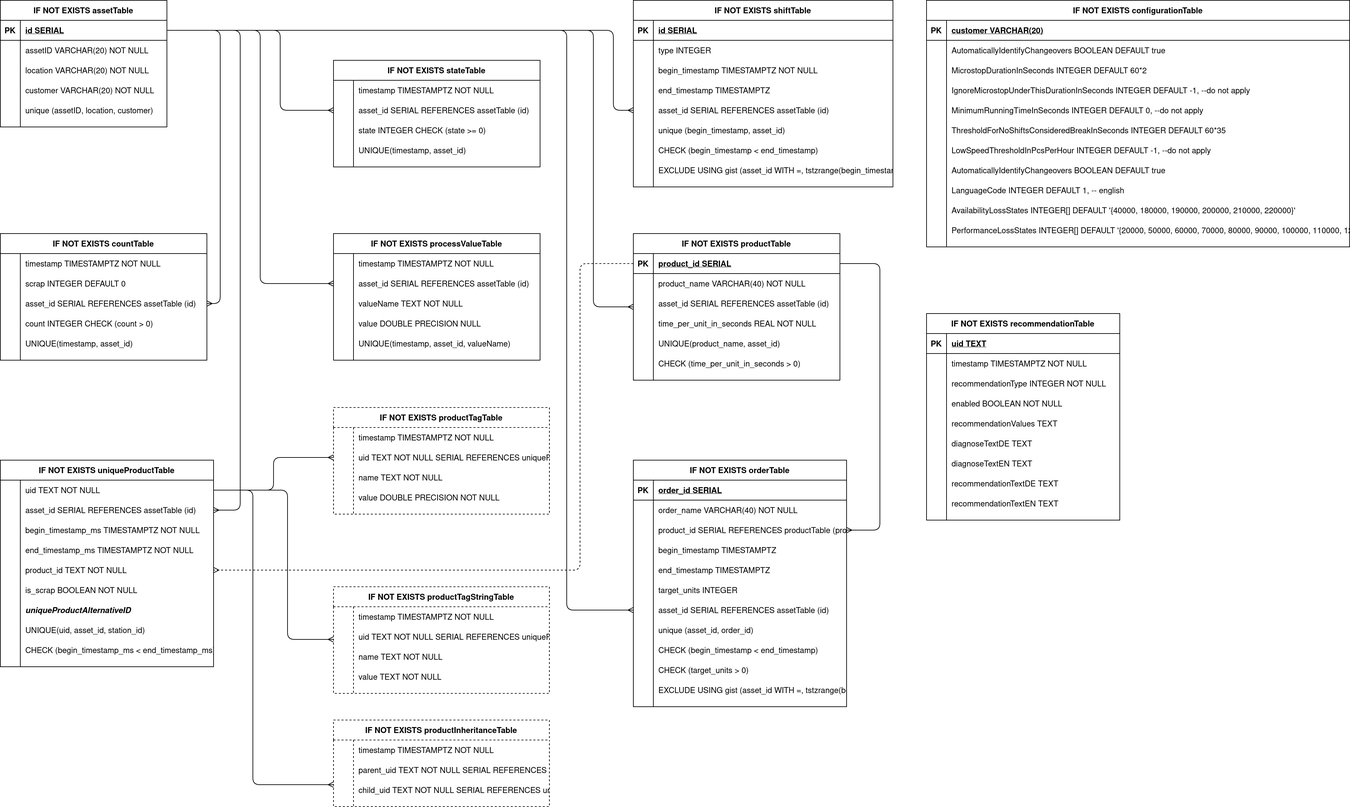
Before: docs/content/en/docs/Concepts/DigitalShadow/timescaleDB_image.png, a diagram exported from draw.io (united-manufacturing-hub/united-manufacturing-hub). Source tidied: cells renumbered, new cells last; positions are measured from the earlier drawing's top-left corner, leaving out a move shared by most shapes.
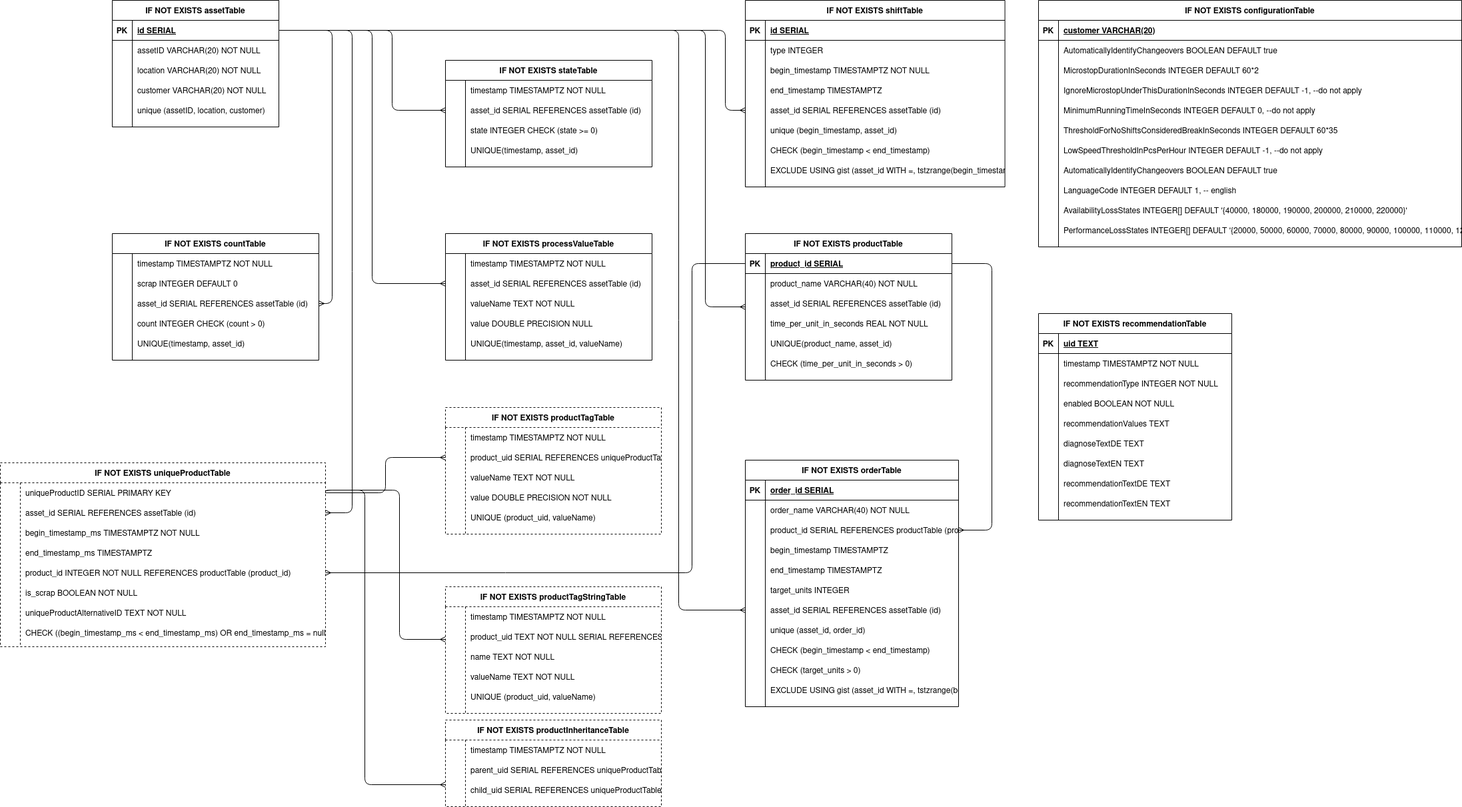
Above is the later version.

Change to the diagram source:
```diff
@@ -185,90 +185,81 @@
     <mxCell id="62" value="UNIQUE(timestamp, asset_id, valueName)" style="shape=partialRectangle;overflow=hidden;fillColor=none;top=0;left=0;bottom=0;right=0;align=left;spacingLeft=6;" parent="60" vertex="1">
       <mxGeometry x="30" width="280" height="30" as="geometry" />
     </mxCell>
-    <mxCell id="63" value="IF NOT EXISTS uniqueProductTable" style="shape=table;startSize=30;rowLines=0;fontStyle=1;align=center;" parent="1" vertex="1">
-      <mxGeometry y="690" width="320" height="310" as="geometry" />
+    <mxCell id="63" value="IF NOT EXISTS uniqueProductTable" style="shape=table;startSize=30;rowLines=0;fontStyle=1;align=center;dashed=1;" parent="1" vertex="1">
+      <mxGeometry x="-168" y="694" width="488" height="276" as="geometry" />
     </mxCell>
     <mxCell id="64" style="shape=partialRectangle;fillColor=none;points=[[0,0.5],[1,0.5]];portConstraint=eastwest;top=0;left=0;right=0;bottom=0;" parent="63" vertex="1">
-      <mxGeometry y="30" width="320" height="30" as="geometry" />
+      <mxGeometry y="30" width="488" height="30" as="geometry" />
     </mxCell>
     <mxCell id="65" style="shape=partialRectangle;overflow=hidden;fillColor=none;top=0;left=0;bottom=0;right=0;" parent="64" vertex="1">
       <mxGeometry width="30" height="30" as="geometry" />
     </mxCell>
-    <mxCell id="66" value="uid TEXT NOT NULL" style="shape=partialRectangle;overflow=hidden;fillColor=none;top=0;left=0;bottom=0;right=0;align=left;spacingLeft=6;" parent="64" vertex="1">
-      <mxGeometry x="30" width="290" height="30" as="geometry" />
+    <mxCell id="66" value="uniqueProductID SERIAL PRIMARY KEY" style="shape=partialRectangle;overflow=hidden;fillColor=none;top=0;left=0;bottom=0;right=0;align=left;spacingLeft=6;" parent="64" vertex="1">
+      <mxGeometry x="30" width="458" height="30" as="geometry" />
     </mxCell>
     <mxCell id="67" style="shape=partialRectangle;fillColor=none;points=[[0,0.5],[1,0.5]];portConstraint=eastwest;top=0;left=0;right=0;bottom=0;" parent="63" vertex="1">
-      <mxGeometry y="60" width="320" height="30" as="geometry" />
+      <mxGeometry y="60" width="488" height="30" as="geometry" />
     </mxCell>
     <mxCell id="68" style="shape=partialRectangle;overflow=hidden;fillColor=none;top=0;left=0;bottom=0;right=0;" parent="67" vertex="1">
       <mxGeometry width="30" height="30" as="geometry" />
     </mxCell>
     <mxCell id="69" value="asset_id            SERIAL REFERENCES assetTable (id)" style="shape=partialRectangle;overflow=hidden;fillColor=none;top=0;left=0;bottom=0;right=0;align=left;spacingLeft=6;" parent="67" vertex="1">
-      <mxGeometry x="30" width="290" height="30" as="geometry" />
+      <mxGeometry x="30" width="458" height="30" as="geometry" />
     </mxCell>
     <mxCell id="70" style="shape=partialRectangle;fillColor=none;top=0;left=0;right=0;bottom=0;" parent="63" vertex="1">
-      <mxGeometry y="90" width="320" height="30" as="geometry" />
+      <mxGeometry y="90" width="488" height="30" as="geometry" />
     </mxCell>
     <mxCell id="71" style="shape=partialRectangle;overflow=hidden;fillColor=none;top=0;left=0;bottom=0;right=0;" parent="70" vertex="1">
       <mxGeometry width="30" height="30" as="geometry" />
     </mxCell>
     <mxCell id="72" value="begin_timestamp_ms                TIMESTAMPTZ NOT NULL" style="shape=partialRectangle;overflow=hidden;fillColor=none;top=0;left=0;bottom=0;right=0;align=left;spacingLeft=6;" parent="70" vertex="1">
-      <mxGeometry x="30" width="290" height="30" as="geometry" />
+      <mxGeometry x="30" width="458" height="30" as="geometry" />
     </mxCell>
     <mxCell id="73" style="shape=partialRectangle;fillColor=none;top=0;left=0;right=0;bottom=0;" parent="63" vertex="1">
-      <mxGeometry y="120" width="320" height="30" as="geometry" />
+      <mxGeometry y="120" width="488" height="30" as="geometry" />
     </mxCell>
     <mxCell id="74" style="shape=partialRectangle;overflow=hidden;fillColor=none;top=0;left=0;bottom=0;right=0;" parent="73" vertex="1">
       <mxGeometry width="30" height="30" as="geometry" />
     </mxCell>
-    <mxCell id="75" value="end_timestamp_ms                TIMESTAMPTZ                         NOT NULL" style="shape=partialRectangle;overflow=hidden;fillColor=none;top=0;left=0;bottom=0;right=0;align=left;spacingLeft=6;" parent="73" vertex="1">
-      <mxGeometry x="30" width="290" height="30" as="geometry" />
+    <mxCell id="75" value="end_timestamp_ms                TIMESTAMPTZ" style="shape=partialRectangle;overflow=hidden;fillColor=none;top=0;left=0;bottom=0;right=0;align=left;spacingLeft=6;" parent="73" vertex="1">
+      <mxGeometry x="30" width="458" height="30" as="geometry" />
     </mxCell>
     <mxCell id="76" style="shape=partialRectangle;fillColor=none;points=[[0,0.5],[1,0.5]];portConstraint=eastwest;top=0;left=0;right=0;bottom=0;" parent="63" vertex="1">
-      <mxGeometry y="150" width="320" height="30" as="geometry" />
+      <mxGeometry y="150" width="488" height="30" as="geometry" />
     </mxCell>
     <mxCell id="77" style="shape=partialRectangle;overflow=hidden;fillColor=none;top=0;left=0;bottom=0;right=0;" parent="76" vertex="1">
       <mxGeometry width="30" height="30" as="geometry" />
     </mxCell>
-    <mxCell id="78" value="product_id TEXT NOT NULL" style="shape=partialRectangle;overflow=hidden;fillColor=none;top=0;left=0;bottom=0;right=0;align=left;spacingLeft=6;" parent="76" vertex="1">
-      <mxGeometry x="30" width="290" height="30" as="geometry" />
+    <mxCell id="78" value="product_id INTEGER NOT NULL REFERENCES productTable (product_id)" style="shape=partialRectangle;overflow=hidden;fillColor=none;top=0;left=0;bottom=0;right=0;align=left;spacingLeft=6;" parent="76" vertex="1">
+      <mxGeometry x="30" width="458" height="30" as="geometry" />
     </mxCell>
     <mxCell id="79" style="shape=partialRectangle;fillColor=none;top=0;left=0;right=0;bottom=0;" parent="63" vertex="1">
-      <mxGeometry y="180" width="320" height="30" as="geometry" />
+      <mxGeometry y="180" width="488" height="30" as="geometry" />
     </mxCell>
     <mxCell id="80" style="shape=partialRectangle;overflow=hidden;fillColor=none;top=0;left=0;bottom=0;right=0;" parent="79" vertex="1">
       <mxGeometry width="30" height="30" as="geometry" />
     </mxCell>
     <mxCell id="81" value="is_scrap BOOLEAN NOT NULL" style="shape=partialRectangle;overflow=hidden;fillColor=none;top=0;left=0;bottom=0;right=0;align=left;spacingLeft=6;" parent="79" vertex="1">
-      <mxGeometry x="30" width="290" height="30" as="geometry" />
+      <mxGeometry x="30" width="458" height="30" as="geometry" />
     </mxCell>
     <mxCell id="82" style="shape=partialRectangle;fillColor=none;top=0;left=0;right=0;bottom=0;" parent="63" vertex="1">
-      <mxGeometry y="210" width="320" height="30" as="geometry" />
+      <mxGeometry y="210" width="488" height="30" as="geometry" />
     </mxCell>
     <mxCell id="83" style="shape=partialRectangle;overflow=hidden;fillColor=none;top=0;left=0;bottom=0;right=0;" parent="82" vertex="1">
       <mxGeometry width="30" height="30" as="geometry" />
     </mxCell>
-    <mxCell id="84" value="uniqueProductAlternativeID" style="shape=partialRectangle;overflow=hidden;fillColor=none;top=0;left=0;bottom=0;right=0;align=left;spacingLeft=6;fontStyle=3;" parent="82" vertex="1">
-      <mxGeometry x="30" width="290" height="30" as="geometry" />
+    <mxCell id="84" value="uniqueProductAlternativeID TEXT NOT NULL" style="shape=partialRectangle;overflow=hidden;fillColor=none;top=0;left=0;bottom=0;right=0;align=left;spacingLeft=6;fontStyle=0;" parent="82" vertex="1">
+      <mxGeometry x="30" width="458" height="30" as="geometry" />
     </mxCell>
-    <mxCell id="85" style="shape=partialRectangle;fillColor=none;top=0;left=0;right=0;bottom=0;" parent="63" vertex="1">
-      <mxGeometry y="240" width="320" height="30" as="geometry" />
-    </mxCell>
-    <mxCell id="86" style="shape=partialRectangle;overflow=hidden;fillColor=none;top=0;left=0;bottom=0;right=0;" parent="85" vertex="1">
-      <mxGeometry width="30" height="30" as="geometry" />
-    </mxCell>
-    <mxCell id="87" value="UNIQUE(uid, asset_id, station_id)" style="shape=partialRectangle;overflow=hidden;fillColor=none;top=0;left=0;bottom=0;right=0;align=left;spacingLeft=6;" parent="85" vertex="1">
-      <mxGeometry x="30" width="290" height="30" as="geometry" />
-    </mxCell>
-    <mxCell id="88" style="shape=partialRectangle;fillColor=none;top=0;left=0;right=0;bottom=0;" parent="63" vertex="1">
-      <mxGeometry y="270" width="320" height="30" as="geometry" />
-    </mxCell>
-    <mxCell id="89" style="shape=partialRectangle;overflow=hidden;fillColor=none;top=0;left=0;bottom=0;right=0;" parent="88" vertex="1">
-      <mxGeometry width="30" height="30" as="geometry" />
-    </mxCell>
-    <mxCell id="90" value="CHECK (begin_timestamp_ms &lt; end_timestamp_ms)" style="shape=partialRectangle;overflow=hidden;fillColor=none;top=0;left=0;bottom=0;right=0;align=left;spacingLeft=6;" parent="88" vertex="1">
-      <mxGeometry x="30" width="290" height="30" as="geometry" />
-    </mxCell>
+    <mxCell id="279" style="shape=partialRectangle;fillColor=none;top=0;left=0;right=0;bottom=0;" parent="63" vertex="1">
+      <mxGeometry y="240" width="488" height="30" as="geometry" />
+    </mxCell>
+    <mxCell id="280" style="shape=partialRectangle;overflow=hidden;fillColor=none;top=0;left=0;bottom=0;right=0;" parent="279" vertex="1">
+      <mxGeometry width="30" height="30" as="geometry" />
+    </mxCell>
+    <mxCell id="281" value="CHECK ((begin_timestamp_ms &lt; end_timestamp_ms) OR end_timestamp_ms = null)" style="shape=partialRectangle;overflow=hidden;fillColor=none;top=0;left=0;bottom=0;right=0;align=left;spacingLeft=6;fontStyle=0;" parent="279" vertex="1">
+      <mxGeometry x="30" width="458" height="30" as="geometry" />
+    </mxCell>
     <mxCell id="91" value="IF NOT EXISTS recommendationTable" style="shape=table;startSize=30;rowLines=0;fontStyle=1;align=center;" parent="1" vertex="1">
       <mxGeometry x="1390" y="470" width="290" height="310" as="geometry" />
     </mxCell>
@@ -746,7 +737,7 @@
         </Array>
       </mxGeometry>
     </mxCell>
-    <mxCell id="239" style="edgeStyle=elbowEdgeStyle;fontSize=12;html=1;endArrow=ERmany;entryX=1;entryY=0.5;entryDx=0;entryDy=0;exitX=0;exitY=0.5;exitDx=0;exitDy=0;dashed=1;" parent="1" edge="1" source="145" target="76">
+    <mxCell id="239" style="edgeStyle=elbowEdgeStyle;fontSize=12;html=1;endArrow=ERmany;entryX=1;entryY=0.5;entryDx=0;entryDy=0;exitX=0;exitY=0.5;exitDx=0;exitDy=0;" parent="1" edge="1" source="145" target="76">
       <mxGeometry relative="1" as="geometry">
         <Array as="points">
           <mxPoint x="870" y="610" />
@@ -754,7 +745,7 @@
       </mxGeometry>
     </mxCell>
     <mxCell id="240" value="IF NOT EXISTS productTagTable" style="shape=table;startSize=30;rowLines=0;fontStyle=1;align=center;dashed=1;" parent="1" vertex="1">
-      <mxGeometry x="500" y="611" width="324" height="160" as="geometry" />
+      <mxGeometry x="500" y="611" width="324" height="190" as="geometry" />
     </mxCell>
     <mxCell id="241" style="shape=partialRectangle;fillColor=none;top=0;left=0;bottom=0;right=0;" parent="240" vertex="1">
       <mxGeometry y="30" width="324" height="30" as="geometry" />
@@ -771,7 +762,7 @@
     <mxCell id="245" style="shape=partialRectangle;fillColor=none;top=0;left=0;bottom=0;right=0;overflow=hidden;" parent="244" vertex="1">
       <mxGeometry width="30" height="30" as="geometry" />
     </mxCell>
-    <mxCell id="246" value="uid TEXT NOT NULL SERIAL REFERENCES uniqueProductTable(uid)" style="shape=partialRectangle;fillColor=none;top=0;left=0;bottom=0;right=0;align=left;spacingLeft=6;overflow=hidden;" parent="244" vertex="1">
+    <mxCell id="246" value="product_uid SERIAL REFERENCES uniqueProductTable(uniqueProductID)" style="shape=partialRectangle;fillColor=none;top=0;left=0;bottom=0;right=0;align=left;spacingLeft=6;overflow=hidden;" parent="244" vertex="1">
       <mxGeometry x="30" width="294" height="30" as="geometry" />
     </mxCell>
     <mxCell id="247" style="shape=partialRectangle;fillColor=none;top=0;left=0;bottom=0;right=0;" parent="240" vertex="1">
@@ -780,7 +771,7 @@
     <mxCell id="248" style="shape=partialRectangle;fillColor=none;top=0;left=0;bottom=0;right=0;overflow=hidden;" parent="247" vertex="1">
       <mxGeometry width="30" height="30" as="geometry" />
     </mxCell>
-    <mxCell id="249" value="name TEXT NOT NULL" style="shape=partialRectangle;fillColor=none;top=0;left=0;bottom=0;right=0;align=left;spacingLeft=6;overflow=hidden;" parent="247" vertex="1">
+    <mxCell id="249" value="valueName TEXT NOT NULL" style="shape=partialRectangle;fillColor=none;top=0;left=0;bottom=0;right=0;align=left;spacingLeft=6;overflow=hidden;" parent="247" vertex="1">
       <mxGeometry x="30" width="294" height="30" as="geometry" />
     </mxCell>
     <mxCell id="250" style="shape=partialRectangle;fillColor=none;top=0;left=0;bottom=0;right=0;" parent="240" vertex="1">
@@ -792,8 +783,17 @@
     <mxCell id="252" value="value DOUBLE PRECISION NOT NULL" style="shape=partialRectangle;fillColor=none;top=0;left=0;bottom=0;right=0;align=left;spacingLeft=6;overflow=hidden;dashed=1;" parent="250" vertex="1">
       <mxGeometry x="30" width="294" height="30" as="geometry" />
     </mxCell>
+    <mxCell id="282" style="shape=partialRectangle;fillColor=none;top=0;left=0;bottom=0;right=0;" parent="240" vertex="1">
+      <mxGeometry y="150" width="324" height="30" as="geometry" />
+    </mxCell>
+    <mxCell id="283" style="shape=partialRectangle;fillColor=none;top=0;left=0;bottom=0;right=0;overflow=hidden;" parent="282" vertex="1">
+      <mxGeometry width="30" height="30" as="geometry" />
+    </mxCell>
+    <mxCell id="284" value="UNIQUE (product_uid, valueName)" style="shape=partialRectangle;fillColor=none;top=0;left=0;bottom=0;right=0;align=left;spacingLeft=6;overflow=hidden;dashed=1;" parent="282" vertex="1">
+      <mxGeometry x="30" width="294" height="30" as="geometry" />
+    </mxCell>
     <mxCell id="253" value="IF NOT EXISTS productTagStringTable" style="shape=table;startSize=30;rowLines=0;fontStyle=1;align=center;dashed=1;" parent="1" vertex="1">
-      <mxGeometry x="500" y="880" width="324" height="160" as="geometry" />
+      <mxGeometry x="500" y="880" width="324" height="190" as="geometry" />
     </mxCell>
     <mxCell id="254" style="shape=partialRectangle;fillColor=none;top=0;left=0;bottom=0;right=0;" parent="253" vertex="1">
       <mxGeometry y="30" width="324" height="30" as="geometry" />
@@ -810,7 +810,7 @@
     <mxCell id="258" style="shape=partialRectangle;fillColor=none;top=0;left=0;bottom=0;right=0;overflow=hidden;" parent="257" vertex="1">
       <mxGeometry width="30" height="30" as="geometry" />
     </mxCell>
-    <mxCell id="259" value="uid TEXT NOT NULL SERIAL REFERENCES uniqueProductTable(uid)" style="shape=partialRectangle;fillColor=none;top=0;left=0;bottom=0;right=0;align=left;spacingLeft=6;overflow=hidden;" parent="257" vertex="1">
+    <mxCell id="259" value="product_uid TEXT NOT NULL SERIAL REFERENCES uniqueProductTable(uid)" style="shape=partialRectangle;fillColor=none;top=0;left=0;bottom=0;right=0;align=left;spacingLeft=6;overflow=hidden;" parent="257" vertex="1">
       <mxGeometry x="30" width="294" height="30" as="geometry" />
     </mxCell>
     <mxCell id="260" style="shape=partialRectangle;fillColor=none;top=0;left=0;bottom=0;right=0;" parent="253" vertex="1">
@@ -828,9 +828,18 @@
     <mxCell id="264" style="shape=partialRectangle;fillColor=none;top=0;left=0;bottom=0;right=0;overflow=hidden;" parent="263" vertex="1">
       <mxGeometry width="30" height="30" as="geometry" />
     </mxCell>
-    <mxCell id="265" value="value TEXT NOT NULL" style="shape=partialRectangle;fillColor=none;top=0;left=0;bottom=0;right=0;align=left;spacingLeft=6;overflow=hidden;dashed=1;" parent="263" vertex="1">
+    <mxCell id="265" value="valueName TEXT NOT NULL" style="shape=partialRectangle;fillColor=none;top=0;left=0;bottom=0;right=0;align=left;spacingLeft=6;overflow=hidden;dashed=1;" parent="263" vertex="1">
       <mxGeometry x="30" width="294" height="30" as="geometry" />
     </mxCell>
+    <mxCell id="285" style="shape=partialRectangle;fillColor=none;top=0;left=0;bottom=0;right=0;" parent="253" vertex="1">
+      <mxGeometry y="150" width="324" height="30" as="geometry" />
+    </mxCell>
+    <mxCell id="286" style="shape=partialRectangle;fillColor=none;top=0;left=0;bottom=0;right=0;overflow=hidden;" parent="285" vertex="1">
+      <mxGeometry width="30" height="30" as="geometry" />
+    </mxCell>
+    <mxCell id="287" value="UNIQUE (product_uid, valueName)" style="shape=partialRectangle;fillColor=none;top=0;left=0;bottom=0;right=0;align=left;spacingLeft=6;overflow=hidden;dashed=1;" parent="285" vertex="1">
+      <mxGeometry x="30" width="294" height="30" as="geometry" />
+    </mxCell>
     <mxCell id="266" value="IF NOT EXISTS productInheritanceTable" style="shape=table;startSize=30;rowLines=0;fontStyle=1;align=center;dashed=1;" parent="1" vertex="1">
       <mxGeometry x="500" y="1080" width="324" height="130" as="geometry" />
     </mxCell>
@@ -849,7 +858,7 @@
     <mxCell id="271" style="shape=partialRectangle;fillColor=none;top=0;left=0;bottom=0;right=0;overflow=hidden;" parent="270" vertex="1">
       <mxGeometry width="30" height="30" as="geometry" />
     </mxCell>
-    <mxCell id="272" value="parent_uid TEXT NOT NULL SERIAL REFERENCES uniqueProductTable(uid)" style="shape=partialRectangle;fillColor=none;top=0;left=0;bottom=0;right=0;align=left;spacingLeft=6;overflow=hidden;" parent="270" vertex="1">
+    <mxCell id="272" value="parent_uid SERIAL REFERENCES uniqueProductTable(uid)" style="shape=partialRectangle;fillColor=none;top=0;left=0;bottom=0;right=0;align=left;spacingLeft=6;overflow=hidden;" parent="270" vertex="1">
       <mxGeometry x="30" width="294" height="30" as="geometry" />
     </mxCell>
     <mxCell id="273" style="shape=partialRectangle;fillColor=none;top=0;left=0;bottom=0;right=0;points=[[0,0.5],[1,0.5]];portConstraint=eastwest;" parent="266" vertex="1">
@@ -858,7 +867,7 @@
     <mxCell id="274" style="shape=partialRectangle;fillColor=none;top=0;left=0;bottom=0;right=0;overflow=hidden;" parent="273" vertex="1">
       <mxGeometry width="30" height="30" as="geometry" />
     </mxCell>
-    <mxCell id="275" value="child_uid TEXT NOT NULL SERIAL REFERENCES uniqueProductTable(uid)" style="shape=partialRectangle;fillColor=none;top=0;left=0;bottom=0;right=0;align=left;spacingLeft=6;overflow=hidden;" parent="273" vertex="1">
+    <mxCell id="275" value="child_uid SERIAL REFERENCES uniqueProductTable(uid)" style="shape=partialRectangle;fillColor=none;top=0;left=0;bottom=0;right=0;align=left;spacingLeft=6;overflow=hidden;" parent="273" vertex="1">
       <mxGeometry x="30" width="294" height="30" as="geometry" />
     </mxCell>
     <mxCell id="276" style="edgeStyle=orthogonalEdgeStyle;rounded=1;jettySize=auto;html=1;entryX=1;entryY=0.5;entryDx=0;entryDy=0;endArrow=none;endFill=0;startArrow=ERmany;startFill=0;" parent="1" edge="1" source="257" target="64">
```
